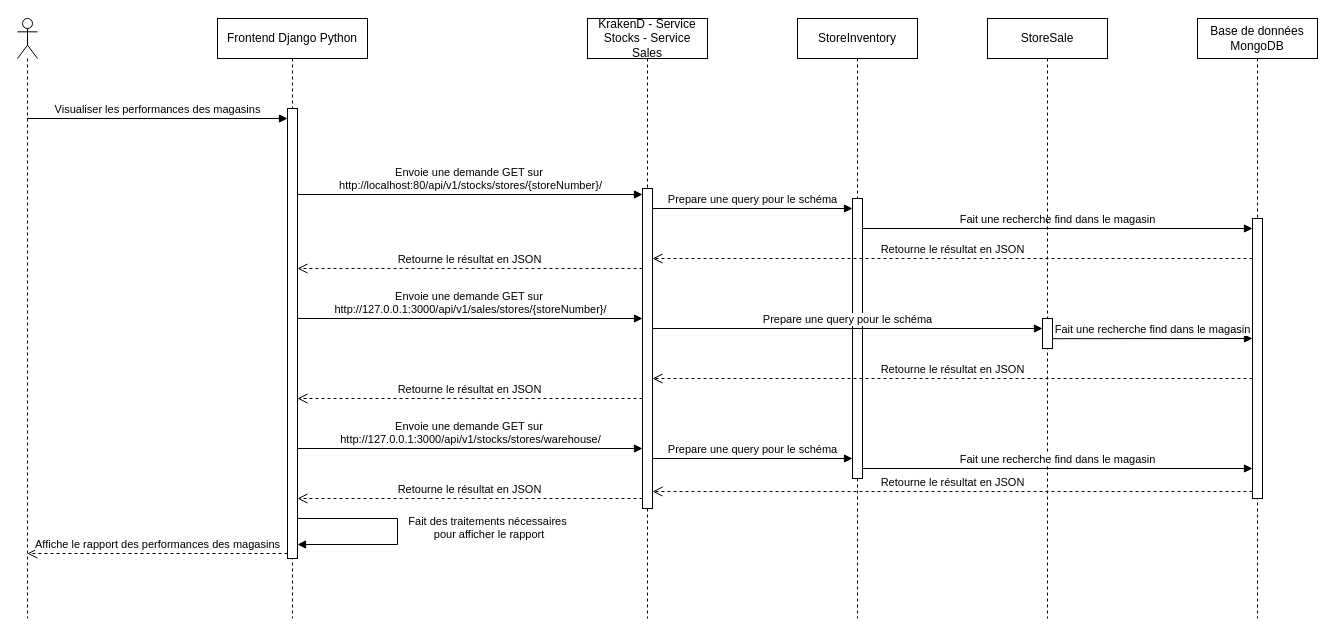
Before: docs/UML/Vues_de_processus/diag_voir_performance_magasins.drawio in PraMaks/LOG430_Labo_0, a draw.io diagram. Source tidied: cells renumbered, new cells numbered last; positions are measured from the earlier drawing's top-left corner, leaving out a move shared by most shapes. Both pictures are drawn from the tidied source at 100%, with x=0, y=0 at pixel (17, 18).
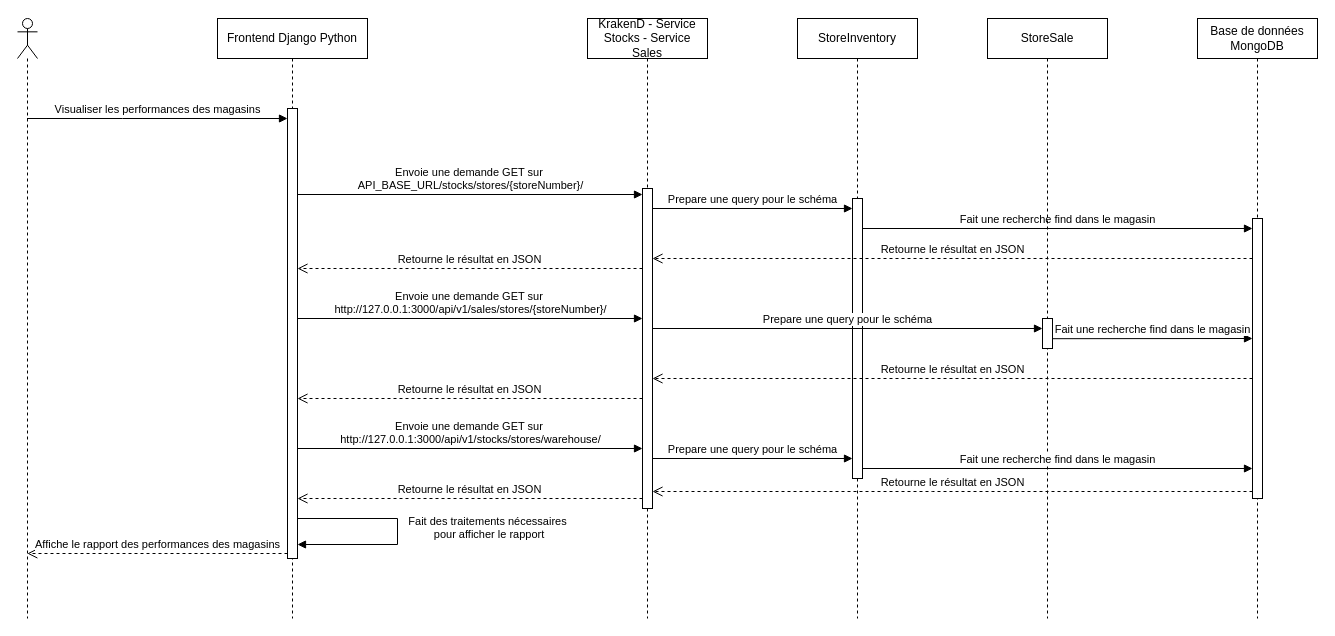
After the change.

The change refers to these unchanged cells:
```xml
<mxCell id="3" style="html=1;points=[];perimeter=orthogonalPerimeter;outlineConnect=0;targetShapes=umlLifeline;portConstraint=eastwest;newEdgeStyle={&quot;edgeStyle&quot;:&quot;elbowEdgeStyle&quot;,&quot;elbow&quot;:&quot;vertical&quot;,&quot;curved&quot;:0,&quot;rounded&quot;:0};" parent="2" vertex="1">
  <mxGeometry x="70" y="90" width="10" height="450" as="geometry" />
</mxCell>
```

What changed in the source:
```diff
@@
-    <mxCell id="12" value="Envoie une demande GET sur&amp;nbsp;&lt;div&gt;http://localhost:80/api/v1/stocks/stores/{storeNumber}/&lt;/div&gt;" style="html=1;verticalAlign=bottom;endArrow=block;edgeStyle=elbowEdgeStyle;elbow=vertical;curved=0;rounded=0;" parent="1" edge="1" source="3">
+    <mxCell id="12" value="Envoie une demande GET sur&amp;nbsp;&lt;div&gt;API_BASE_URL/stocks/stores/{storeNumber}/&lt;/div&gt;" style="html=1;verticalAlign=bottom;endArrow=block;edgeStyle=elbowEdgeStyle;elbow=vertical;curved=0;rounded=0;" parent="1" edge="1" source="3">
       <mxGeometry relative="1" as="geometry">
         <mxPoint x="625" y="176" as="targetPoint" />
         <Array as="points">
           <mxPoint x="385.5" y="176" />
         </Array>
       </mxGeometry>
     </mxCell>
```
